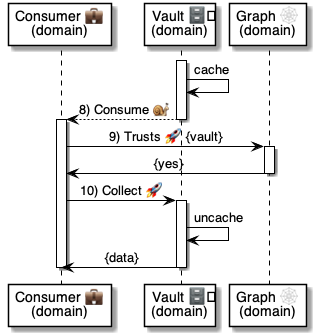
Before: 5 ⏩ Flows/80 🗄️⏩ Vaults/.📎 Assets/⚙️ Consume.png, a diagram exported from PlantUML (pollyweb-org/pollyweb-docs). Its source is kept beside it as 5 ⏩ Flows/80 🗄️⏩ Vaults/.📎 Assets/⚙️ Consume.puml.
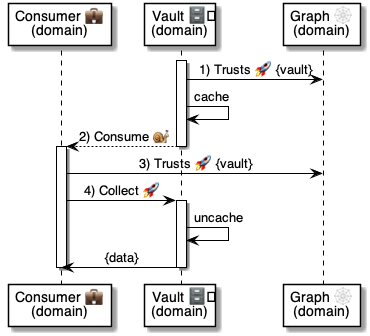
After the commit.

Change to the diagram source:
```diff
@@ -6,17 +6,14 @@
 participant "Graph 🕸\n(domain)" as graph
 
 activate vault
+vault -> graph: 1) Trusts 🚀 {vault}
 vault -> vault: cache
-vault --> consumer: 8) Consume 🐌
+vault --> consumer: 2) Consume 🐌
 deactivate vault
 
 activate consumer
-    consumer -> graph: 9) Trusts 🚀 {vault}
-    activate graph
-        graph -> consumer: {yes}
-    deactivate graph
-
-    consumer -> vault: 10) Collect 🚀
+    consumer -> graph: 3) Trusts 🚀 {vault}
+    consumer -> vault: 4) Collect 🚀
     activate vault
         vault -> vault: uncache
         vault -> consumer: {data}
```
